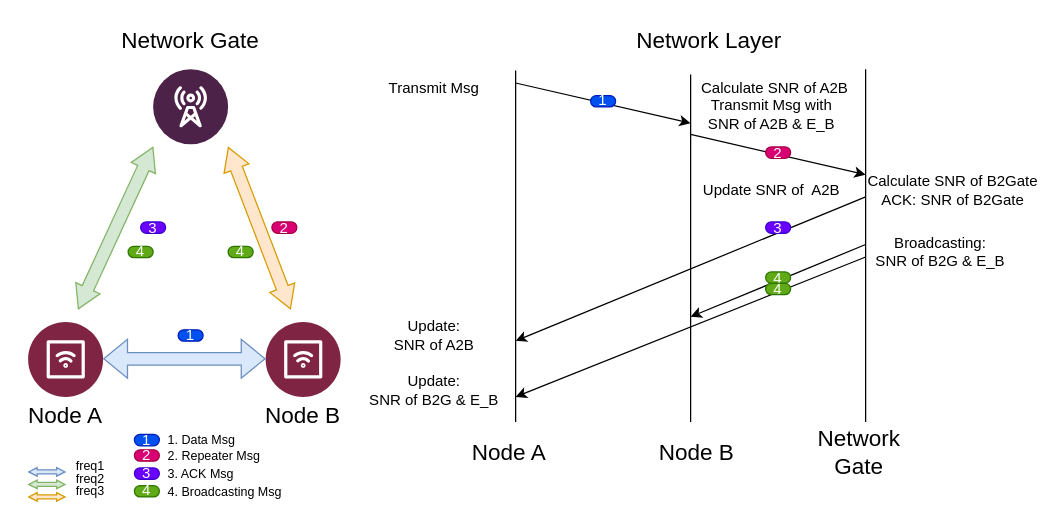
Above: ackmsg.drawio in Atlanties/iodraw-files (draw.io), before the change. Source tidied: cells renumbered, new cells numbered last; positions are measured from the earlier drawing's top-left corner, leaving out a move shared by most shapes. Both pictures are drawn from the tidied source at 125%, with x=0, y=0 at pixel (21, 21).
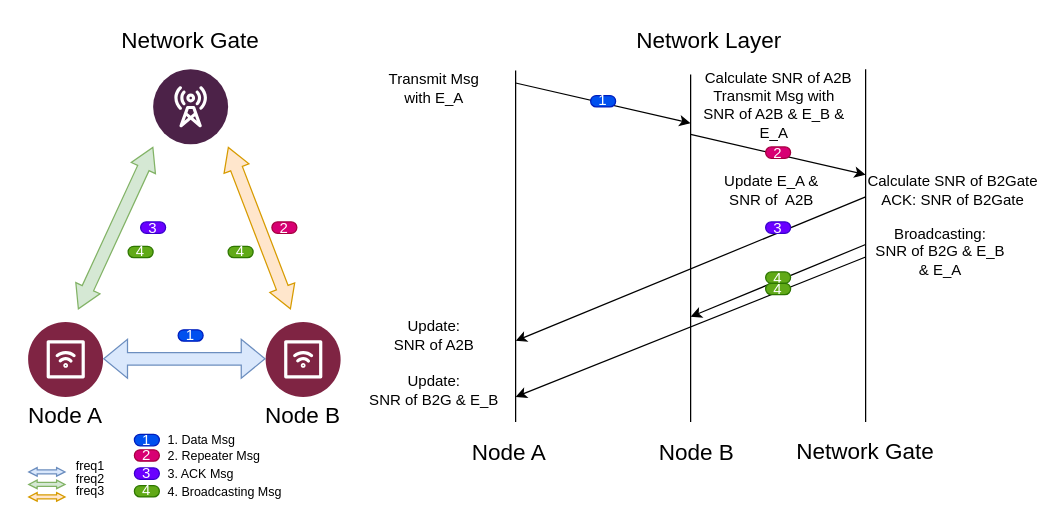
After the change.

Diff of the diagram source:
```diff
@@
-    <mxCell id="13" value="Update SNR of&amp;nbsp; A2B" style="text;html=1;align=center;verticalAlign=middle;whiteSpace=wrap;rounded=0;fontSize=12;" parent="1" vertex="1">
+    <mxCell id="13" value="Update E_A &amp;amp;&lt;div&gt;SNR of&amp;nbsp; A2B&lt;/div&gt;" style="text;html=1;align=center;verticalAlign=middle;whiteSpace=wrap;rounded=0;fontSize=12;" parent="1" vertex="1">
       <mxGeometry x="540" y="120" width="120" height="30" as="geometry" />
     </mxCell>
@@
-    <mxCell id="15" value="Transmit Msg" style="text;html=1;align=center;verticalAlign=middle;whiteSpace=wrap;rounded=0;fontSize=12;" parent="1" vertex="1">
+    <mxCell id="15" value="Transmit Msg&lt;div&gt;with E_A&lt;/div&gt;" style="text;html=1;align=center;verticalAlign=middle;whiteSpace=wrap;rounded=0;fontSize=12;" parent="1" vertex="1">
       <mxGeometry x="285" y="37.9" width="90" height="30" as="geometry" />
     </mxCell>
@@
-    <mxCell id="18" value="&lt;span style=&quot;font-size: 18px;&quot;&gt;Network&lt;/span&gt;&lt;div&gt;&lt;span style=&quot;font-size: 18px;&quot;&gt;Gate&lt;/span&gt;&lt;/div&gt;" style="text;html=1;align=center;verticalAlign=middle;whiteSpace=wrap;rounded=0;" parent="1" vertex="1">
-      <mxGeometry x="635" y="330" width="70" height="30" as="geometry" />
+    <mxCell id="18" value="&lt;span style=&quot;font-size: 18px;&quot;&gt;Network&amp;nbsp;&lt;/span&gt;&lt;span style=&quot;font-size: 18px; background-color: transparent; color: light-dark(rgb(0, 0, 0), rgb(255, 255, 255));&quot;&gt;Gate&lt;/span&gt;" style="text;html=1;align=center;verticalAlign=middle;whiteSpace=wrap;rounded=0;" parent="1" vertex="1">
+      <mxGeometry x="615" y="329.1" width="120" height="30" as="geometry" />
     </mxCell>
@@
-    <mxCell id="20" value="&lt;div&gt;&lt;span style=&quot;background-color: transparent; color: light-dark(rgb(0, 0, 0), rgb(255, 255, 255));&quot;&gt;Transmit Msg with&lt;/span&gt;&lt;/div&gt;&lt;div&gt;&lt;span style=&quot;background-color: transparent; color: light-dark(rgb(0, 0, 0), rgb(255, 255, 255));&quot;&gt;SNR of A2B &amp;amp; E_B&lt;/span&gt;&lt;/div&gt;" style="text;html=1;align=center;verticalAlign=middle;whiteSpace=wrap;rounded=0;fontSize=12;" parent="1" vertex="1">
-      <mxGeometry x="545" y="58.9" width="110" height="30" as="geometry" />
+    <mxCell id="20" value="&lt;div&gt;&lt;span style=&quot;background-color: transparent; color: light-dark(rgb(0, 0, 0), rgb(255, 255, 255));&quot;&gt;Transmit Msg with&lt;/span&gt;&lt;/div&gt;&lt;div&gt;&lt;span style=&quot;background-color: transparent; color: light-dark(rgb(0, 0, 0), rgb(255, 255, 255));&quot;&gt;SNR of A2B &amp;amp; E_B &amp;amp; E_A&lt;/span&gt;&lt;/div&gt;" style="text;html=1;align=center;verticalAlign=middle;whiteSpace=wrap;rounded=0;fontSize=12;" parent="1" vertex="1">
+      <mxGeometry x="537.5" y="58.9" width="127.5" height="30" as="geometry" />
     </mxCell>
@@
     <mxCell id="24" value="&lt;div&gt;Calculate SNR of A2B&lt;/div&gt;" style="text;html=1;align=center;verticalAlign=middle;whiteSpace=wrap;rounded=0;fontSize=12;" parent="1" vertex="1">
-      <mxGeometry x="540" y="37.9" width="125" height="30" as="geometry" />
+      <mxGeometry x="542.5" y="30" width="125" height="30" as="geometry" />
     </mxCell>
-    <mxCell id="25" value="Broadcasting:&lt;div&gt;SNR of B2G &amp;amp; E_B&lt;/div&gt;" style="text;html=1;align=center;verticalAlign=middle;whiteSpace=wrap;rounded=0;fontSize=12;" parent="1" vertex="1">
+    <mxCell id="25" value="Broadcasting:&lt;div&gt;SNR of B2G &amp;amp; E_B&lt;/div&gt;&lt;div&gt;&amp;amp; E_A&lt;/div&gt;" style="text;html=1;align=center;verticalAlign=middle;whiteSpace=wrap;rounded=0;fontSize=12;" parent="1" vertex="1">
       <mxGeometry x="675" y="169.1" width="120" height="30" as="geometry" />
     </mxCell>
```
